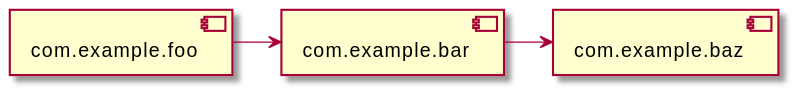
This is java-module/assets/plantuml/case2.svg from backpaper0/sandbox, a PlantUML export, as it was before one commit. Source of this version:
```plantuml
@startuml case2
[com.example.foo] -> [com.example.bar]
[com.example.bar] -> [com.example.baz]
@enduml
```
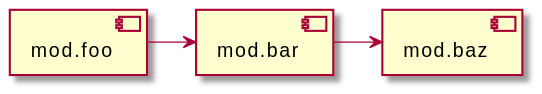
The same diagram one commit later.

Diff of the diagram source:
```diff
@@ -1,4 +1,4 @@
 @startuml case2
-[com.example.foo] -> [com.example.bar]
-[com.example.bar] -> [com.example.baz]
+[mod.foo] -> [mod.bar]
+[mod.bar] -> [mod.baz]
 @enduml
```
